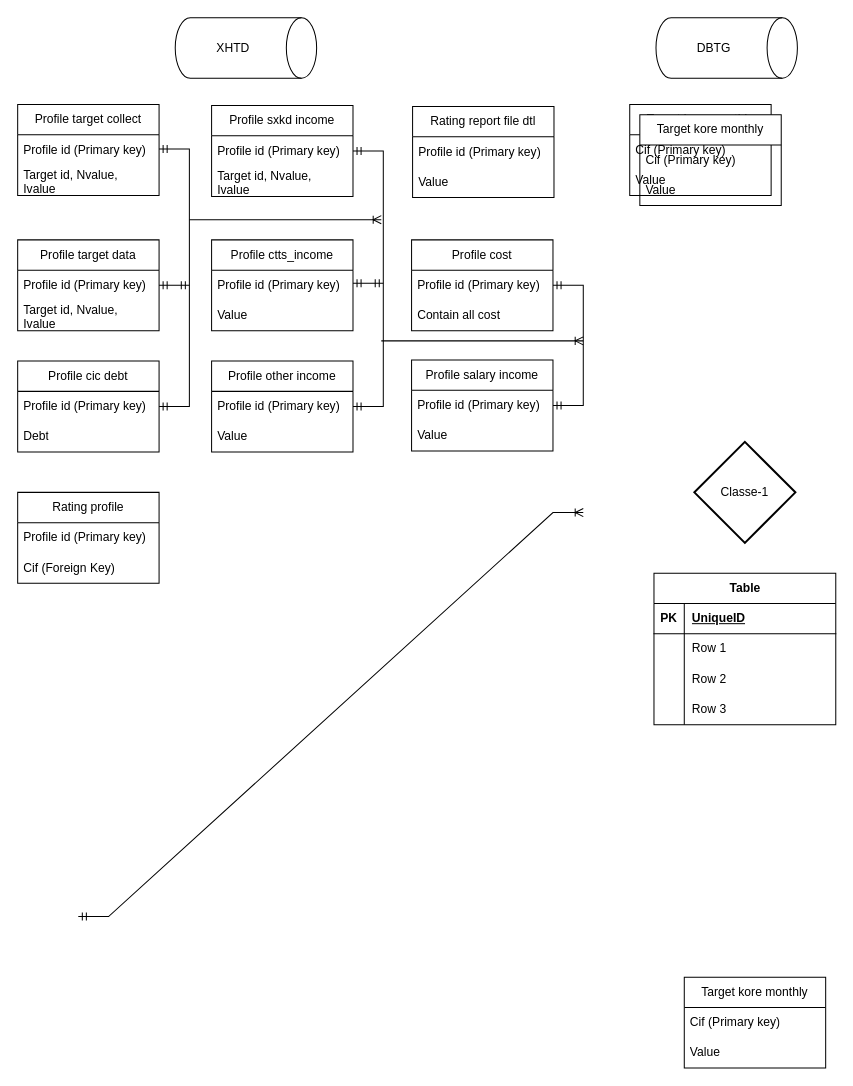
Above: Data_model_Bscore.drawio in Midland-tanaka/XHTD (draw.io), before the change. Source tidied: cells renumbered, new cells numbered last; positions are measured from the earlier drawing's top-left corner, leaving out a move shared by most shapes. Both pictures are drawn from the tidied source at 101%, with x=0, y=0 at pixel (17, 17).
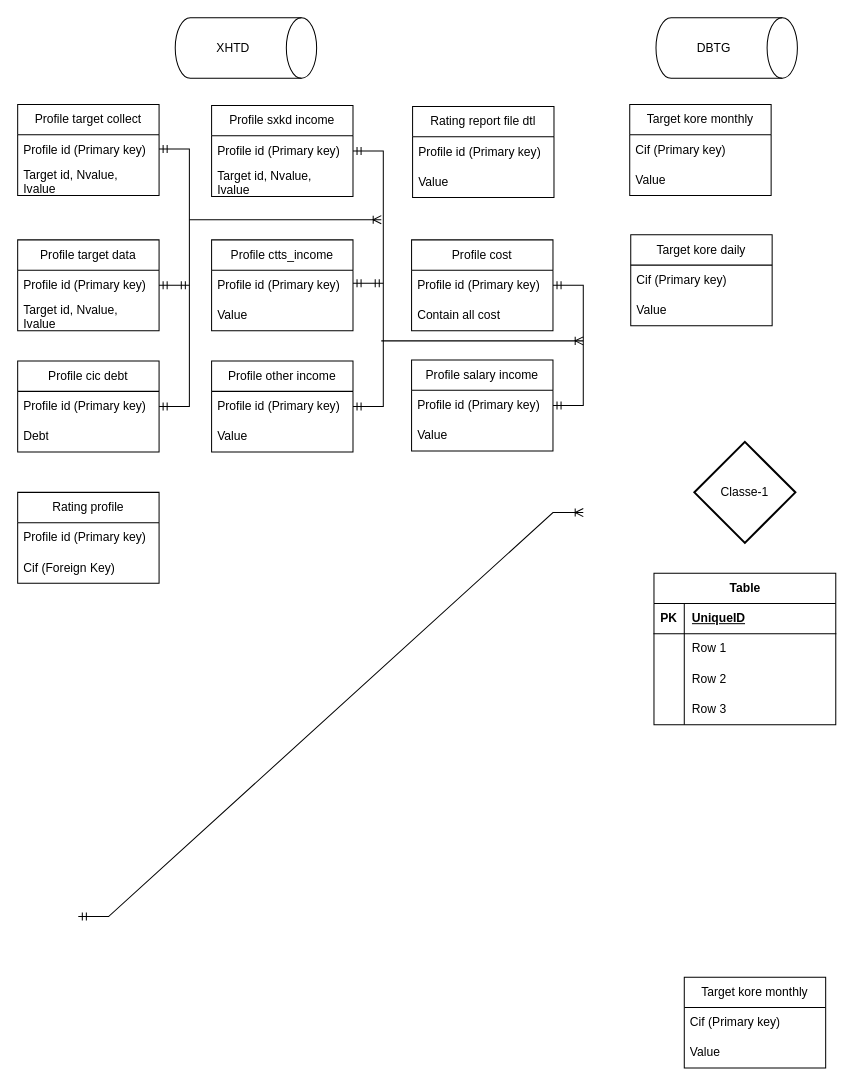
Above is the later version.

What changed in the source:
```diff
@@
-    <mxCell id="62" value="Target kore monthly" style="swimlane;fontStyle=0;horizontal=1;startSize=30;whiteSpace=wrap;html=1;" parent="1" vertex="1">
-      <mxGeometry x="616" y="96" width="140" height="90" as="geometry" />
+    <mxCell id="62" value="Target kore daily" style="swimlane;fontStyle=0;horizontal=1;startSize=30;whiteSpace=wrap;html=1;" parent="1" vertex="1">
+      <mxGeometry x="607" y="215" width="140" height="90" as="geometry" />
     </mxCell>
```
